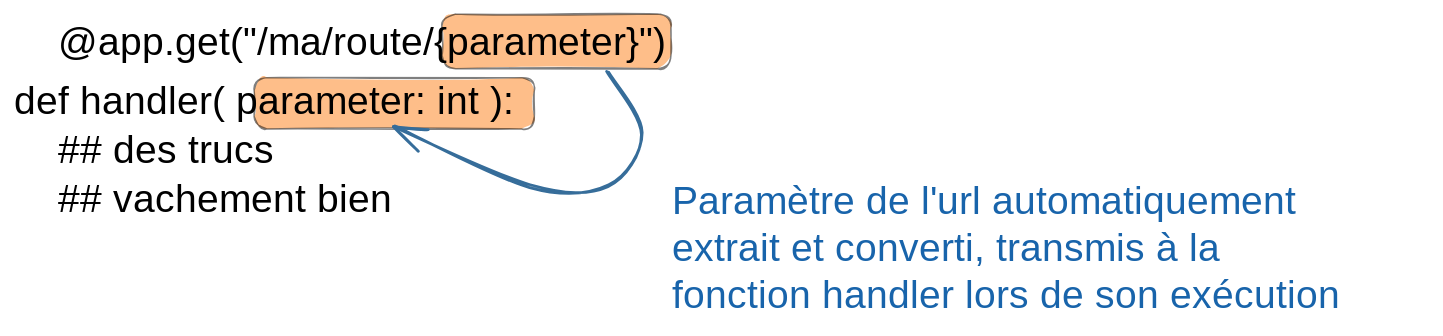
Earlier version of the Excalidraw export notebooks/media/fastapi-route-param.excalidraw.svg (ue22-p25/backend). Source tidied: one line per element, renumbered; positions are measured from the earlier drawing's top-left corner, leaving out a move shared by most shapes. Its diagram source:
```json
{"id": 0, "type": "rectangle", "strokeColor": "#000000", "backgroundColor": "#fd7e14", "fillStyle": "solid", "strokeWidth": 1, "roughness": 1, "opacity": 50, "round": true, "x": 172, "y": 45, "width": 200, "height": 37}
{"id": 1, "type": "rectangle", "strokeColor": "#000000", "backgroundColor": "#fd7e14", "fillStyle": "solid", "strokeWidth": 1, "roughness": 1, "opacity": 50, "round": true, "x": 306, "y": 0, "width": 164, "height": 39}
{"id": 2, "type": "text", "text": "@app.get(\"/ma/route/{parameter}\")", "strokeColor": "#000000", "backgroundColor": "#fd7e14", "fillStyle": "solid", "strokeWidth": 4, "roughness": 1, "fontSize": 28, "fontFamily": 5, "textAlign": "center", "x": 5, "y": 4, "width": 486, "height": 35}
{"id": 3, "type": "text", "text": "def handler( parameter: int ):\n    ## des trucs\n    ## vachement bien ", "strokeColor": "#000000", "backgroundColor": "#fd7e14", "fillStyle": "solid", "strokeWidth": 4, "roughness": 1, "fontSize": 28, "fontFamily": 5, "x": 0, "y": 47, "width": 396, "height": 105}
{"id": 4, "type": "text", "text": "Paramètre de l'url automatiquement \nextrait et converti, transmis à la \nfonction handler lors de son exécution ", "strokeColor": "#1864ab", "backgroundColor": "#fd7e14", "fillStyle": "solid", "strokeWidth": 1, "roughness": 1, "fontSize": 28, "fontFamily": 1, "x": 470, "y": 119, "width": 541, "height": 101}
{"id": 5, "type": "arrow", "strokeColor": "#366d9a", "backgroundColor": "#fd7e14", "fillStyle": "solid", "strokeWidth": 2, "roughness": 1, "endArrowhead": "arrow", "round": true, "from": 2, "to": 3, "x": 425, "y": 41, "width": 177, "height": 82, "points": [[0, 0], [23, 44], [0, 81], [-57, 82], [-153, 39]]}
```
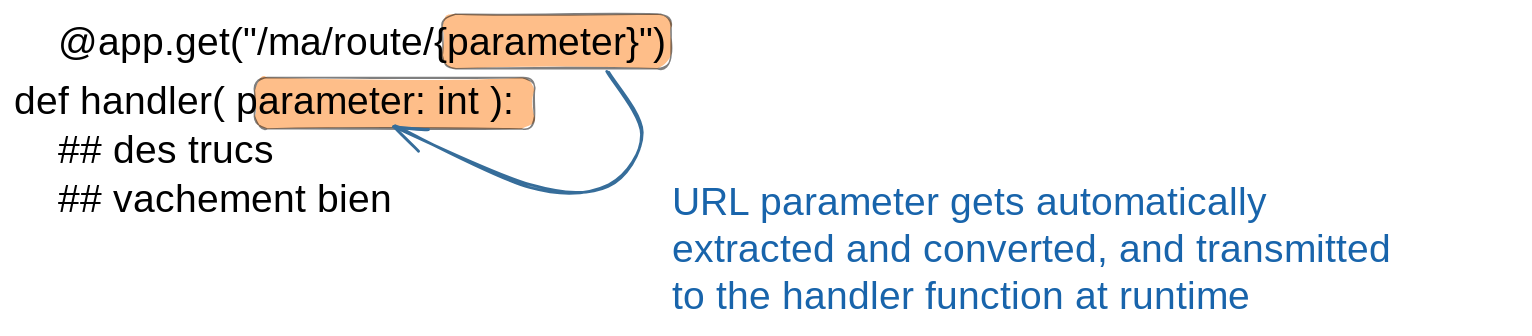
Above is the later version.

The edit, as a diff of the source:
```diff
@@ -2,5 +2,5 @@
 {"id": 1, "type": "rectangle", "strokeColor": "#000000", "backgroundColor": "#fd7e14", "fillStyle": "solid", "strokeWidth": 1, "roughness": 1, "opacity": 50, "round": true, "x": 306, "y": 0, "width": 164, "height": 39}
 {"id": 2, "type": "text", "text": "@app.get(\"/ma/route/{parameter}\")", "strokeColor": "#000000", "backgroundColor": "#fd7e14", "fillStyle": "solid", "strokeWidth": 4, "roughness": 1, "fontSize": 28, "fontFamily": 5, "textAlign": "center", "x": 5, "y": 4, "width": 486, "height": 35}
 {"id": 3, "type": "text", "text": "def handler( parameter: int ):\n    ## des trucs\n    ## vachement bien ", "strokeColor": "#000000", "backgroundColor": "#fd7e14", "fillStyle": "solid", "strokeWidth": 4, "roughness": 1, "fontSize": 28, "fontFamily": 5, "x": 0, "y": 47, "width": 396, "height": 105}
-{"id": 4, "type": "text", "text": "Paramètre de l'url automatiquement \nextrait et converti, transmis à la \nfonction handler lors de son exécution ", "strokeColor": "#1864ab", "backgroundColor": "#fd7e14", "fillStyle": "solid", "strokeWidth": 1, "roughness": 1, "fontSize": 28, "fontFamily": 1, "x": 470, "y": 119, "width": 541, "height": 101}
+{"id": 4, "type": "text", "text": "URL parameter gets automatically\nextracted and converted, and transmitted \nto the handler function at runtime ", "strokeColor": "#1864ab", "backgroundColor": "#fd7e14", "fillStyle": "solid", "strokeWidth": 1, "roughness": 1, "fontSize": 28, "fontFamily": 1, "x": 470, "y": 119, "width": 605, "height": 101}
 {"id": 5, "type": "arrow", "strokeColor": "#366d9a", "backgroundColor": "#fd7e14", "fillStyle": "solid", "strokeWidth": 2, "roughness": 1, "endArrowhead": "arrow", "round": true, "from": 2, "to": 3, "x": 425, "y": 41, "width": 177, "height": 82, "points": [[0, 0], [23, 44], [0, 81], [-57, 82], [-153, 39]]}
```
